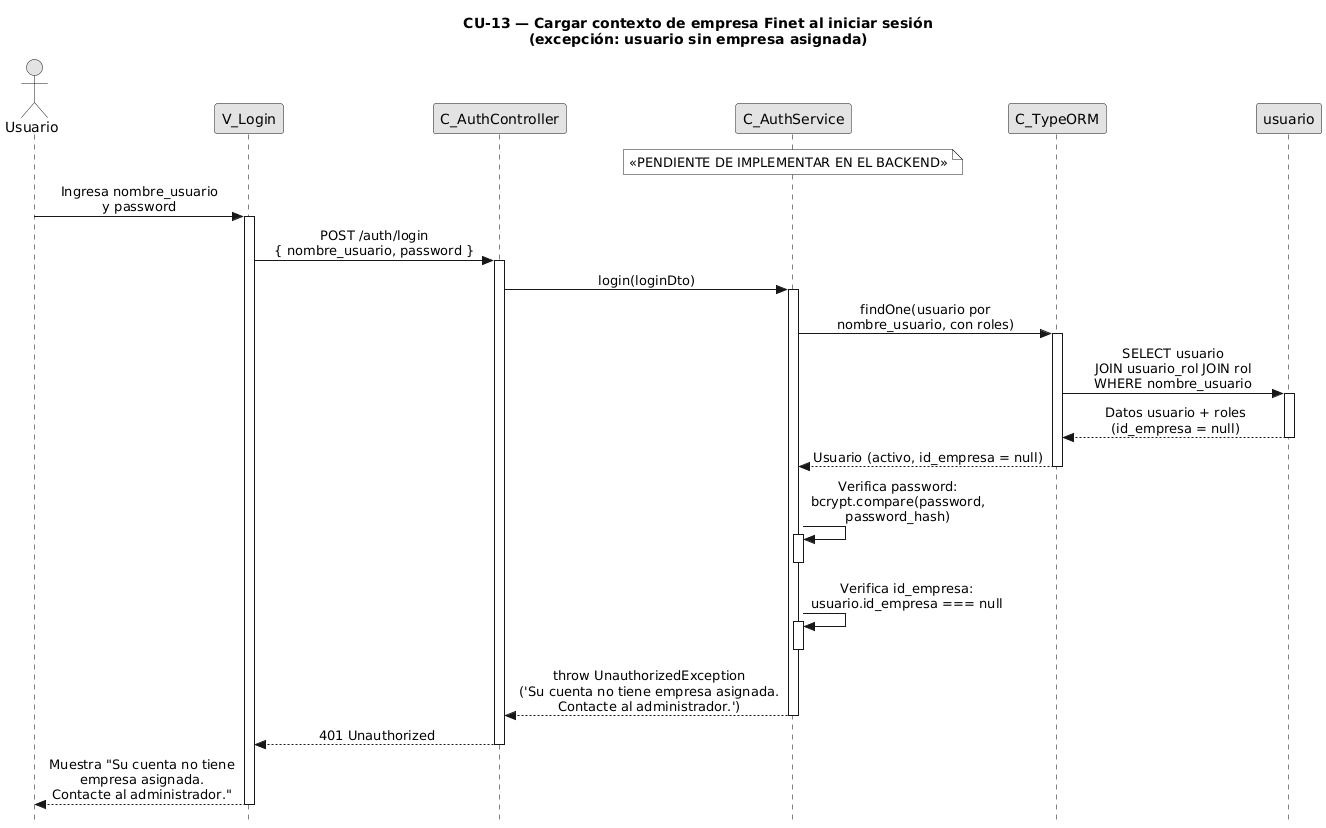
Before: diagramas-secuencia/CU13/CU13-exc-sin-empresa.png, a diagram exported from PlantUML (FSM-Finet-y-Cable-Magico/Team_1-Inventario-y-Bodega).
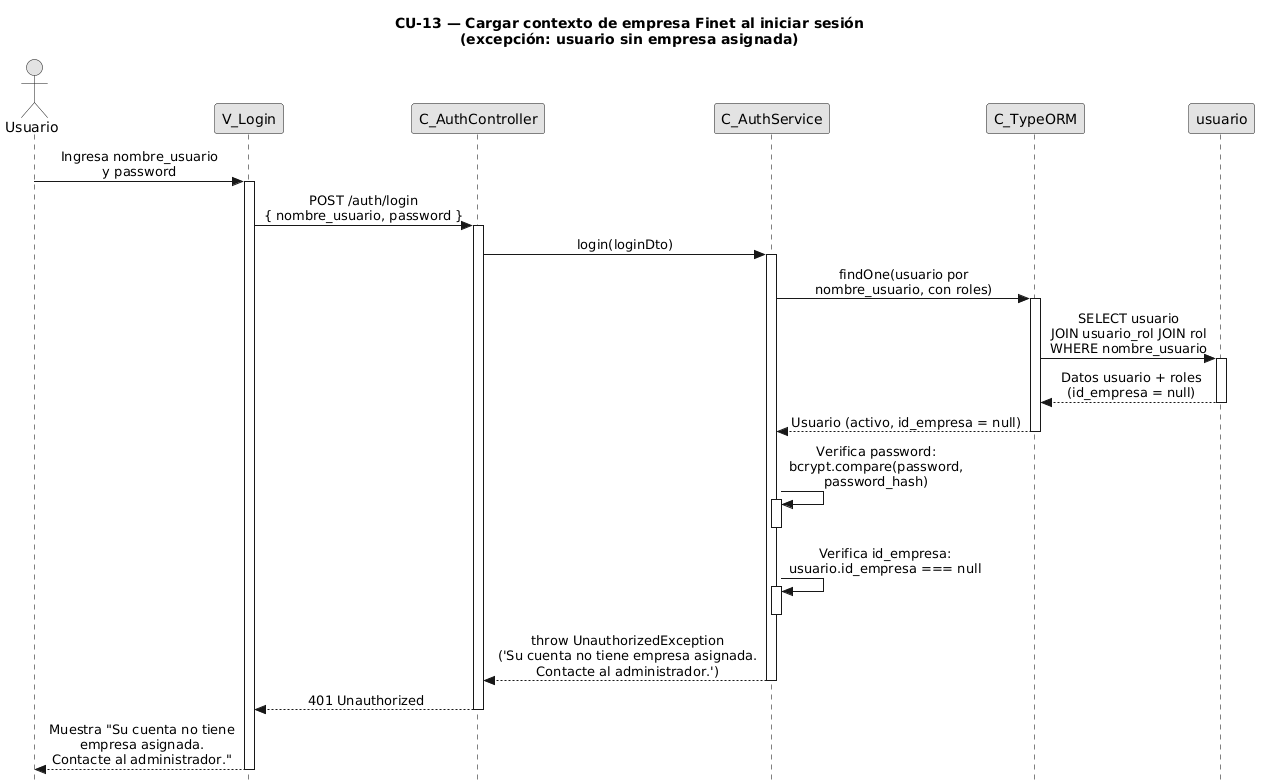
The same diagram one commit later.

Diff of the diagram source:
```diff
@@ -1,12 +1,10 @@
-@startuml CU13-exc-sin-empresa
+@startuml
 title CU-13 — Cargar contexto de empresa Finet al iniciar sesión\n(excepción: usuario sin empresa asignada)
 
 skinparam style strictuml
 skinparam monochrome true
 skinparam shadowing false
 skinparam sequenceMessageAlign center
-skinparam ParticipantPadding 70
-skinparam ActorPadding 30
 skinparam sequence {
   MessageAlign center
   LifeLineBorderColor black
@@ -19,8 +17,6 @@
 participant "C_AuthService" as svc
 participant "C_TypeORM" as orm
 participant "usuario" as uent
-
-note over svc : «PENDIENTE DE IMPLEMENTAR EN EL BACKEND»
 
 user -> view : Ingresa nombre_usuario\ny password
 activate view
@@ -58,5 +54,4 @@
 
 view --> user : Muestra "Su cuenta no tiene\nempresa asignada.\nContacte al administrador."
 deactivate view
-
 @enduml
```
